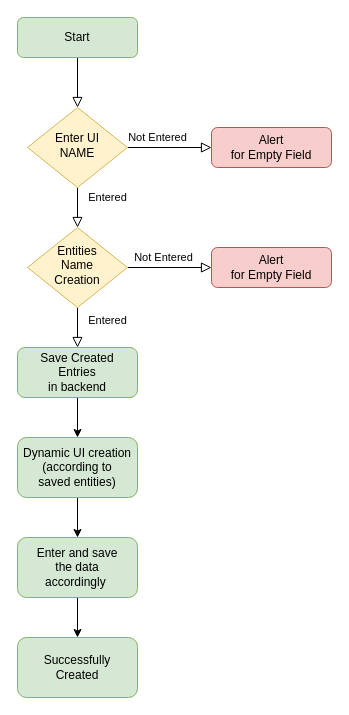
Before: Untitled Diagram.drawio in MohitThakur001/FlowCharts, a draw.io diagram. Source tidied: cells renumbered, new cells numbered last; positions are measured from the earlier drawing's top-left corner, leaving out a move shared by most shapes. Both pictures are drawn from the tidied source at 100%, with x=0, y=0 at pixel (17, 17).
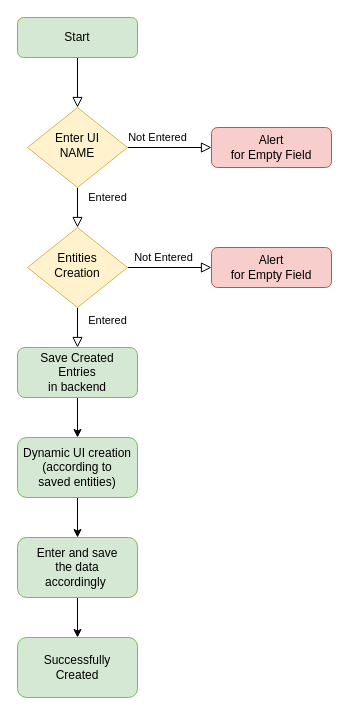
The same diagram, later.

The edit, as a diff of the source:
```diff
@@
 <mxGraphModel>
   <root>
     <mxCell id="0" />
     <mxCell id="1" parent="0" />
     <mxCell id="2" style="rounded=0;html=1;jettySize=auto;fontSize=11;endArrow=block;endFill=0;endSize=8;strokeWidth=1;shadow=0;labelBackgroundColor=none;edgeStyle=orthogonalEdgeStyle;" parent="1" edge="1" source="3" target="6">
       <mxGeometry relative="1" as="geometry" />
     </mxCell>
     <mxCell id="3" value="Start" style="rounded=1;whiteSpace=wrap;html=1;fontSize=12;glass=0;strokeWidth=1;shadow=0;fillColor=#d5e8d4;strokeColor=#82b366;" parent="1" vertex="1">
       <mxGeometry width="120" height="40" as="geometry" />
     </mxCell>
     <mxCell id="4" value="Entered" style="rounded=0;html=1;jettySize=auto;fontSize=11;endArrow=block;endFill=0;endSize=8;strokeWidth=1;shadow=0;labelBackgroundColor=none;edgeStyle=orthogonalEdgeStyle;" parent="1" edge="1" source="6" target="10">
       <mxGeometry x="-0.5" y="30" relative="1" as="geometry" />
     </mxCell>
     <mxCell id="5" value="Not Entered" style="edgeStyle=orthogonalEdgeStyle;rounded=0;html=1;jettySize=auto;fontSize=11;endArrow=block;endFill=0;endSize=8;strokeWidth=1;shadow=0;labelBackgroundColor=none;" parent="1" edge="1" source="6" target="7">
       <mxGeometry x="-0.29" y="10" relative="1" as="geometry" />
     </mxCell>
     <mxCell id="6" value="Enter UI&lt;br&gt;NAME" style="rhombus;whiteSpace=wrap;html=1;shadow=0;fontFamily=Helvetica;fontSize=12;align=center;strokeWidth=1;spacing=6;spacingTop=-4;fillColor=#fff2cc;strokeColor=#d6b656;" parent="1" vertex="1">
       <mxGeometry x="10" y="90" width="100" height="80" as="geometry" />
     </mxCell>
     <mxCell id="7" value="Alert&lt;br&gt;for Empty Field" style="rounded=1;whiteSpace=wrap;html=1;fontSize=12;glass=0;strokeWidth=1;shadow=0;fillColor=#f8cecc;strokeColor=#b85450;" parent="1" vertex="1">
       <mxGeometry x="194" y="110" width="120" height="40" as="geometry" />
     </mxCell>
     <mxCell id="8" value="Entered" style="rounded=0;html=1;jettySize=auto;fontSize=11;endArrow=block;endFill=0;endSize=8;strokeWidth=1;shadow=0;labelBackgroundColor=none;edgeStyle=orthogonalEdgeStyle;" parent="1" edge="1" source="10" target="12">
       <mxGeometry x="-0.33" y="30" relative="1" as="geometry" />
     </mxCell>
     <mxCell id="9" value="Not Entered" style="edgeStyle=orthogonalEdgeStyle;rounded=0;html=1;jettySize=auto;fontSize=11;endArrow=block;endFill=0;endSize=8;strokeWidth=1;shadow=0;labelBackgroundColor=none;" parent="1" edge="1" source="10" target="13">
       <mxGeometry x="-0.14" y="10" relative="1" as="geometry" />
     </mxCell>
-    <mxCell id="10" value="Entities &lt;br&gt;Name&lt;br&gt;Creation" style="rhombus;whiteSpace=wrap;html=1;shadow=0;fontFamily=Helvetica;fontSize=12;align=center;strokeWidth=1;spacing=6;spacingTop=-4;fillColor=#fff2cc;strokeColor=#d6b656;" parent="1" vertex="1">
+    <mxCell id="10" value="Entities&lt;br&gt;Creation" style="rhombus;whiteSpace=wrap;html=1;shadow=0;fontFamily=Helvetica;fontSize=12;align=center;strokeWidth=1;spacing=6;spacingTop=-4;fillColor=#fff2cc;strokeColor=#d6b656;" parent="1" vertex="1">
       <mxGeometry x="10" y="210" width="100" height="80" as="geometry" />
     </mxCell>
     <mxCell id="11" style="edgeStyle=orthogonalEdgeStyle;rounded=0;jettySize=auto;html=1;" parent="1" edge="1" source="12" target="15">
       <mxGeometry relative="1" as="geometry" />
     </mxCell>
     <mxCell id="12" value="Save Created &lt;br&gt;Entries&lt;br&gt;in backend" style="rounded=1;whiteSpace=wrap;html=1;fontSize=12;glass=0;strokeWidth=1;shadow=0;fillColor=#d5e8d4;strokeColor=#82b366;" parent="1" vertex="1">
       <mxGeometry y="330" width="120" height="50" as="geometry" />
     </mxCell>
     <mxCell id="13" value="Alert&lt;br style=&quot;border-color: var(--border-color);&quot;&gt;for Empty Field" style="rounded=1;whiteSpace=wrap;html=1;fontSize=12;glass=0;strokeWidth=1;shadow=0;fillColor=#f8cecc;strokeColor=#b85450;" parent="1" vertex="1">
       <mxGeometry x="194" y="230" width="120" height="40" as="geometry" />
     </mxCell>
     <mxCell id="14" style="edgeStyle=orthogonalEdgeStyle;rounded=0;jettySize=auto;html=1;" parent="1" edge="1" source="15" target="17">
       <mxGeometry relative="1" as="geometry" />
     </mxCell>
     <mxCell id="15" value="Dynamic UI creation&lt;br&gt;(according to &lt;br&gt;saved entities)" style="whiteSpace=wrap;html=1;rounded=1;glass=0;strokeWidth=1;shadow=0;fillColor=#d5e8d4;strokeColor=#82b366;" parent="1" vertex="1">
       <mxGeometry y="420" width="120" height="60" as="geometry" />
     </mxCell>
     <mxCell id="16" style="edgeStyle=orthogonalEdgeStyle;rounded=0;jettySize=auto;html=1;" parent="1" edge="1" source="17" target="18">
       <mxGeometry relative="1" as="geometry" />
     </mxCell>
     <mxCell id="17" value="Enter and save &lt;br&gt;the data&lt;br&gt;accordingly&amp;nbsp;" style="whiteSpace=wrap;html=1;rounded=1;glass=0;strokeWidth=1;shadow=0;fillColor=#d5e8d4;strokeColor=#82b366;" parent="1" vertex="1">
       <mxGeometry y="520" width="120" height="60" as="geometry" />
     </mxCell>
     <mxCell id="18" value="Successfully &lt;br&gt;Created" style="whiteSpace=wrap;html=1;rounded=1;glass=0;strokeWidth=1;shadow=0;fillColor=#d5e8d4;strokeColor=#82b366;" parent="1" vertex="1">
       <mxGeometry y="620" width="120" height="60" as="geometry" />
     </mxCell>
   </root>
 </mxGraphModel>
```
